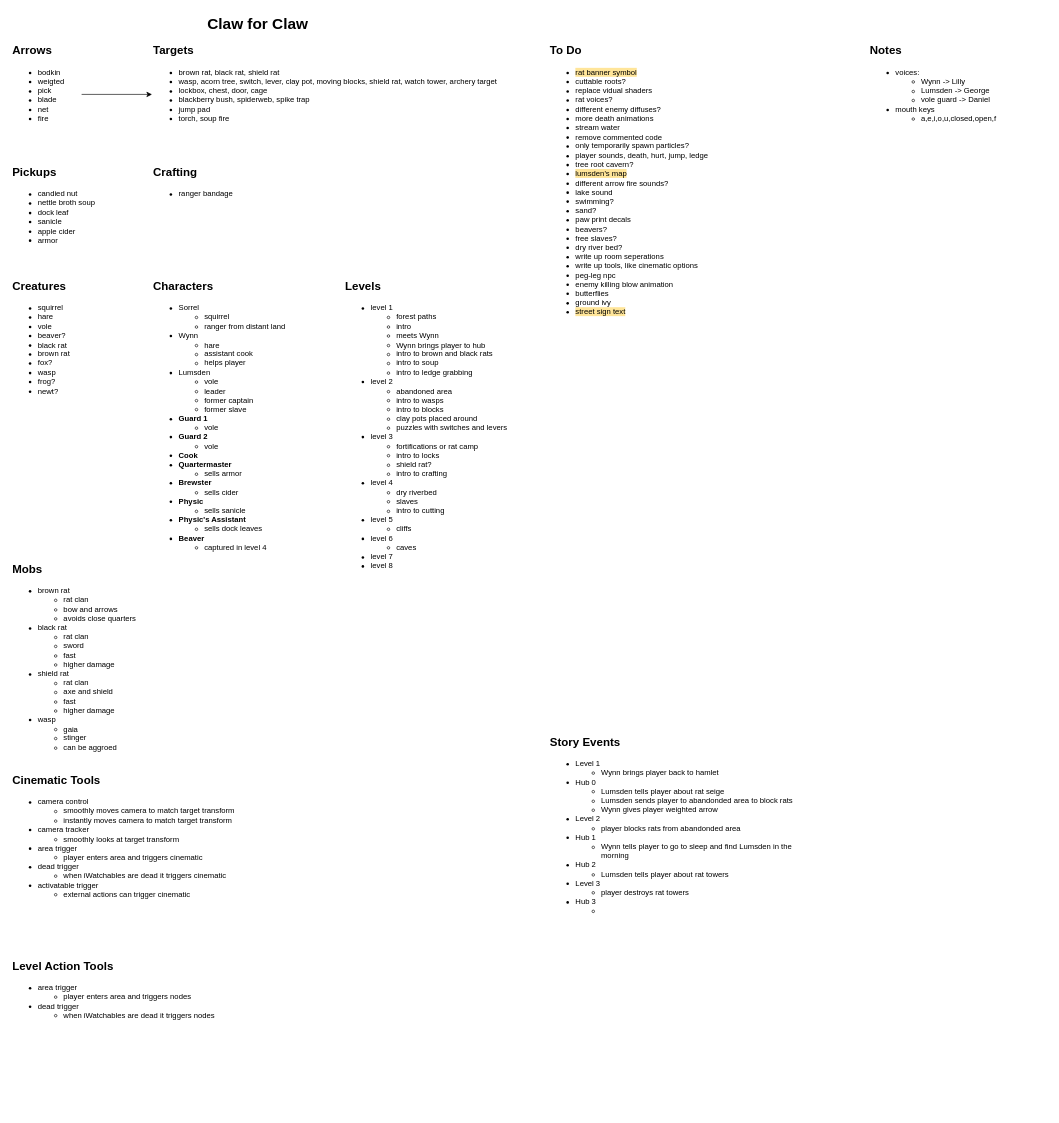
This is Planning/design-doc.drawio from camerondedore/Godot-Project-3, a draw.io file, before an edit. Source tidied: cells renumbered, new cells numbered last; positions are measured from the earlier drawing's top-left corner, leaving out a move shared by most shapes. Both pictures are drawn from the tidied source at 64%, with x=0, y=0 at pixel (11, 11).
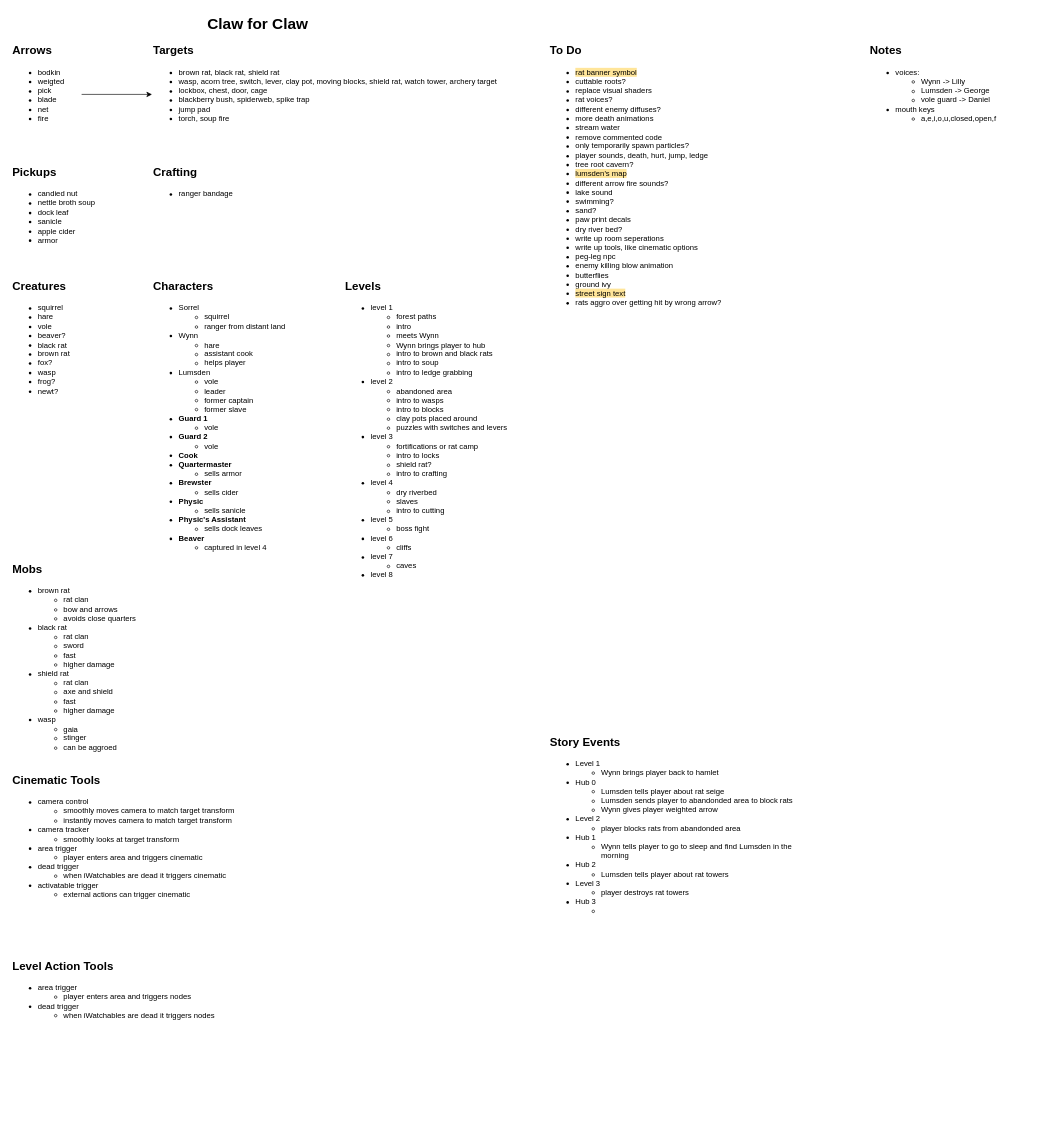
After the change.

Commit message (it also covers changes not shown here):
working on level 4

What changed in the source:
```diff
@@
-    <mxCell id="17" value="&lt;ul&gt;&lt;li&gt;level 1&lt;/li&gt;&lt;ul&gt;&lt;li&gt;forest paths&lt;/li&gt;&lt;li&gt;intro&lt;/li&gt;&lt;li&gt;meets Wynn&lt;/li&gt;&lt;li&gt;Wynn brings player to hub&lt;/li&gt;&lt;li&gt;intro to brown and black rats&lt;/li&gt;&lt;li&gt;intro to soup&lt;/li&gt;&lt;li&gt;intro to ledge grabbing&lt;/li&gt;&lt;/ul&gt;&lt;li&gt;level 2&lt;/li&gt;&lt;ul&gt;&lt;li&gt;abandoned area&lt;/li&gt;&lt;li&gt;intro to wasps&lt;/li&gt;&lt;li&gt;intro to blocks&lt;/li&gt;&lt;li&gt;clay pots placed around&lt;/li&gt;&lt;li&gt;puzzles with switches and levers&lt;/li&gt;&lt;/ul&gt;&lt;li&gt;level 3&lt;/li&gt;&lt;ul&gt;&lt;li&gt;fortifications or rat camp&lt;/li&gt;&lt;li&gt;intro to locks&lt;/li&gt;&lt;li&gt;&lt;span style=&quot;background-color: transparent; color: light-dark(rgb(0, 0, 0), rgb(255, 255, 255));&quot;&gt;shield rat?&lt;/span&gt;&lt;br&gt;&lt;/li&gt;&lt;li&gt;&lt;span style=&quot;background-color: transparent; color: light-dark(rgb(0, 0, 0), rgb(255, 255, 255));&quot;&gt;intro to crafting&lt;/span&gt;&lt;/li&gt;&lt;/ul&gt;&lt;li&gt;level 4&lt;/li&gt;&lt;ul&gt;&lt;li&gt;dry riverbed&lt;/li&gt;&lt;li&gt;slaves&lt;/li&gt;&lt;li&gt;intro to cutting&lt;/li&gt;&lt;/ul&gt;&lt;li&gt;level 5&lt;/li&gt;&lt;ul&gt;&lt;li&gt;cliffs&lt;/li&gt;&lt;/ul&gt;&lt;li&gt;level 6&lt;/li&gt;&lt;ul&gt;&lt;li&gt;caves&lt;/li&gt;&lt;/ul&gt;&lt;li&gt;level 7&lt;/li&gt;&lt;li&gt;level 8&lt;/li&gt;&lt;/ul&gt;" style="text;html=1;align=left;verticalAlign=top;whiteSpace=wrap;rounded=0;" parent="1" vertex="1">
+    <mxCell id="17" value="&lt;ul&gt;&lt;li&gt;level 1&lt;/li&gt;&lt;ul&gt;&lt;li&gt;forest paths&lt;/li&gt;&lt;li&gt;intro&lt;/li&gt;&lt;li&gt;meets Wynn&lt;/li&gt;&lt;li&gt;Wynn brings player to hub&lt;/li&gt;&lt;li&gt;intro to brown and black rats&lt;/li&gt;&lt;li&gt;intro to soup&lt;/li&gt;&lt;li&gt;intro to ledge grabbing&lt;/li&gt;&lt;/ul&gt;&lt;li&gt;level 2&lt;/li&gt;&lt;ul&gt;&lt;li&gt;abandoned area&lt;/li&gt;&lt;li&gt;intro to wasps&lt;/li&gt;&lt;li&gt;intro to blocks&lt;/li&gt;&lt;li&gt;clay pots placed around&lt;/li&gt;&lt;li&gt;puzzles with switches and levers&lt;/li&gt;&lt;/ul&gt;&lt;li&gt;level 3&lt;/li&gt;&lt;ul&gt;&lt;li&gt;fortifications or rat camp&lt;/li&gt;&lt;li&gt;intro to locks&lt;/li&gt;&lt;li&gt;&lt;span style=&quot;background-color: transparent; color: light-dark(rgb(0, 0, 0), rgb(255, 255, 255));&quot;&gt;shield rat?&lt;/span&gt;&lt;br&gt;&lt;/li&gt;&lt;li&gt;&lt;span style=&quot;background-color: transparent; color: light-dark(rgb(0, 0, 0), rgb(255, 255, 255));&quot;&gt;intro to crafting&lt;/span&gt;&lt;/li&gt;&lt;/ul&gt;&lt;li&gt;level 4&lt;/li&gt;&lt;ul&gt;&lt;li&gt;dry riverbed&lt;/li&gt;&lt;li&gt;slaves&lt;/li&gt;&lt;li&gt;intro to cutting&lt;/li&gt;&lt;/ul&gt;&lt;li&gt;level 5&lt;/li&gt;&lt;ul&gt;&lt;li&gt;boss fight&lt;/li&gt;&lt;/ul&gt;&lt;li&gt;level 6&lt;/li&gt;&lt;ul&gt;&lt;li&gt;cliffs&lt;/li&gt;&lt;/ul&gt;&lt;li&gt;level 7&lt;/li&gt;&lt;ul&gt;&lt;li&gt;caves&lt;/li&gt;&lt;/ul&gt;&lt;li&gt;level 8&lt;/li&gt;&lt;/ul&gt;" style="text;html=1;align=left;verticalAlign=top;whiteSpace=wrap;rounded=0;" parent="1" vertex="1">
       <mxGeometry x="520" y="438" width="280" height="402" as="geometry" />
     </mxCell>
@@
-    <mxCell id="19" value="&lt;ul&gt;&lt;li&gt;&lt;span style=&quot;background-color: rgb(255, 229, 153);&quot;&gt;rat banner symbol&lt;/span&gt;&lt;/li&gt;&lt;li&gt;cuttable roots?&lt;/li&gt;&lt;li&gt;replace vidual shaders&lt;/li&gt;&lt;li&gt;rat voices?&lt;/li&gt;&lt;li&gt;different enemy diffuses?&lt;/li&gt;&lt;li&gt;more death animations&lt;/li&gt;&lt;li&gt;&lt;span style=&quot;background-color: transparent; color: light-dark(rgb(0, 0, 0), rgb(255, 255, 255));&quot;&gt;stream water&lt;/span&gt;&lt;br&gt;&lt;/li&gt;&lt;li&gt;remove commented code&lt;/li&gt;&lt;li&gt;only temporarily spawn particles?&lt;/li&gt;&lt;li&gt;player sounds, death, hurt, jump, ledge&lt;/li&gt;&lt;li&gt;tree root cavern?&lt;/li&gt;&lt;li&gt;&lt;font style=&quot;color: rgb(0, 0, 0); background-color: rgb(255, 229, 153);&quot;&gt;lumsden's map&lt;/font&gt;&lt;/li&gt;&lt;li&gt;different arrow fire sounds?&lt;/li&gt;&lt;li&gt;lake sound&lt;/li&gt;&lt;li&gt;swimming?&lt;/li&gt;&lt;li&gt;&lt;span&gt;sand&lt;/span&gt;?&lt;/li&gt;&lt;li&gt;paw print decals&lt;/li&gt;&lt;li&gt;beavers?&lt;/li&gt;&lt;li&gt;free slaves?&lt;/li&gt;&lt;li&gt;dry river bed?&lt;/li&gt;&lt;li&gt;write up room seperations&lt;/li&gt;&lt;li&gt;write up tools, like cinematic options&lt;/li&gt;&lt;li&gt;peg-leg npc&lt;/li&gt;&lt;li&gt;enemy killing blow animation&lt;/li&gt;&lt;li&gt;butterflies&lt;/li&gt;&lt;li&gt;ground ivy&lt;/li&gt;&lt;li&gt;&lt;span style=&quot;background-color: rgb(255, 229, 153);&quot;&gt;street sign text&lt;/span&gt;&lt;/li&gt;&lt;/ul&gt;" style="text;html=1;align=left;verticalAlign=top;whiteSpace=wrap;rounded=0;" parent="1" vertex="1">
+    <mxCell id="19" value="&lt;ul&gt;&lt;li&gt;&lt;span style=&quot;background-color: rgb(255, 229, 153);&quot;&gt;rat banner symbol&lt;/span&gt;&lt;/li&gt;&lt;li&gt;cuttable roots?&lt;/li&gt;&lt;li&gt;replace visual shaders&lt;/li&gt;&lt;li&gt;rat voices?&lt;/li&gt;&lt;li&gt;different enemy diffuses?&lt;/li&gt;&lt;li&gt;more death animations&lt;/li&gt;&lt;li&gt;&lt;span style=&quot;background-color: transparent; color: light-dark(rgb(0, 0, 0), rgb(255, 255, 255));&quot;&gt;stream water&lt;/span&gt;&lt;br&gt;&lt;/li&gt;&lt;li&gt;remove commented code&lt;/li&gt;&lt;li&gt;only temporarily spawn particles?&lt;/li&gt;&lt;li&gt;player sounds, death, hurt, jump, ledge&lt;/li&gt;&lt;li&gt;tree root cavern?&lt;/li&gt;&lt;li&gt;&lt;font style=&quot;color: rgb(0, 0, 0); background-color: rgb(255, 229, 153);&quot;&gt;lumsden's map&lt;/font&gt;&lt;/li&gt;&lt;li&gt;different arrow fire sounds?&lt;/li&gt;&lt;li&gt;lake sound&lt;/li&gt;&lt;li&gt;swimming?&lt;/li&gt;&lt;li&gt;&lt;span&gt;sand&lt;/span&gt;?&lt;/li&gt;&lt;li&gt;paw print decals&lt;/li&gt;&lt;li&gt;dry river bed?&lt;/li&gt;&lt;li&gt;write up room seperations&lt;/li&gt;&lt;li&gt;write up tools, like cinematic options&lt;/li&gt;&lt;li&gt;peg-leg npc&lt;/li&gt;&lt;li&gt;enemy killing blow animation&lt;/li&gt;&lt;li&gt;butterflies&lt;/li&gt;&lt;li&gt;ground ivy&lt;/li&gt;&lt;li&gt;&lt;span style=&quot;background-color: rgb(255, 229, 153);&quot;&gt;street sign text&lt;/span&gt;&lt;/li&gt;&lt;li&gt;&lt;span&gt;rats aggro over getting hit by wrong arrow?&lt;/span&gt;&lt;/li&gt;&lt;/ul&gt;" style="text;html=1;align=left;verticalAlign=top;whiteSpace=wrap;rounded=0;" parent="1" vertex="1">
       <mxGeometry x="840" y="70" width="280" height="440" as="geometry" />
     </mxCell>
```
